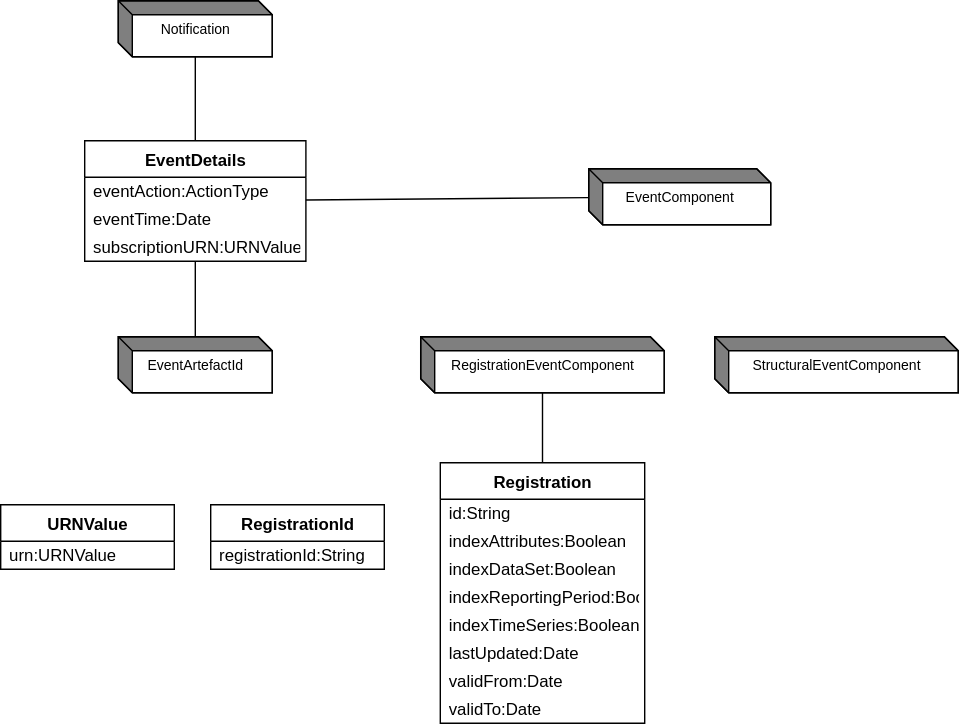
The draw.io diagram docs/logical_interfaces/media/sdmx_registry-notification.svg in sdmx-twg/sdmx-im, before a commit. Source tidied: cells renumbered, new cells last; positions are measured from the earlier drawing's top-left corner, leaving out a move shared by most shapes.
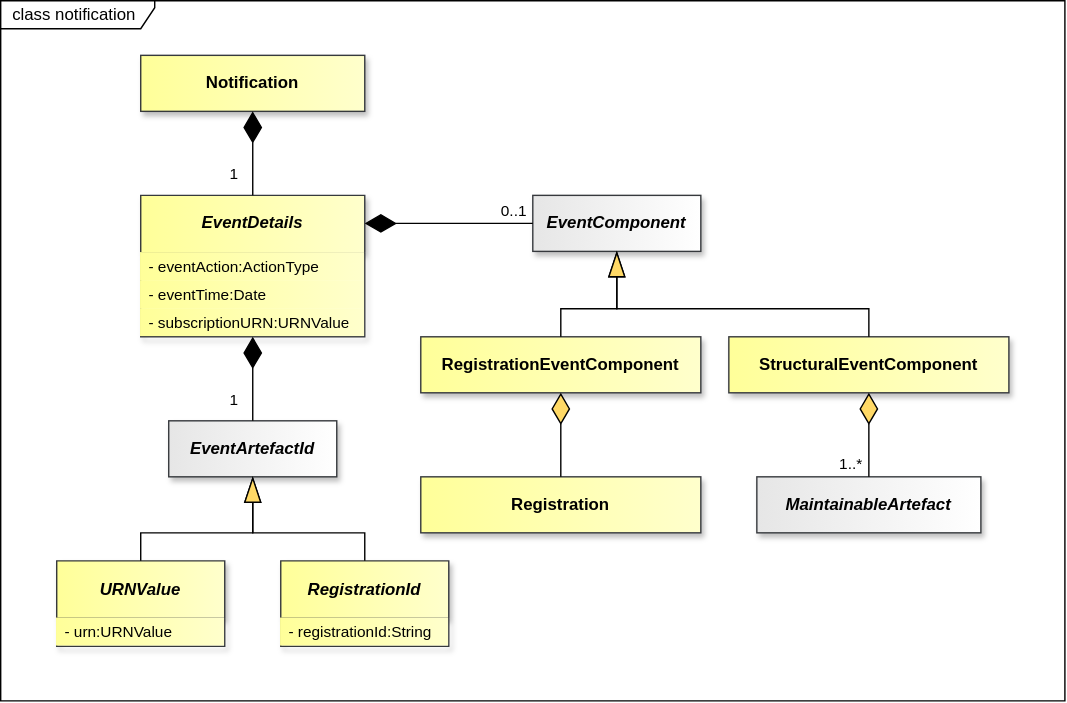
Later version of the same file.

What changed in the source:
```diff
@@ -4,68 +4,5 @@
     <mxCell id="1" parent="0" />
-    <mxCell id="2" value="EventArtefactId" style="shape=mxgraph.dfd.externalEntity;fontSize=10;" parent="1" vertex="1">
-      <mxGeometry x="84" y="240" width="110" height="40" as="geometry" />
-    </mxCell>
-    <mxCell id="3" value="Registration" style="swimlane;fontStyle=1;align=center;verticalAlign=top;horizontal=1;startSize=26;whiteSpace=wrap;html=1;" parent="1" vertex="1">
-      <mxGeometry x="314" y="330" width="146" height="186" as="geometry" />
-    </mxCell>
-    <mxCell id="4" value="id:String" style="text;strokeColor=none;fillColor=none;align=left;verticalAlign=middle;spacingLeft=4;spacingRight=4;overflow=hidden;whiteSpace=wrap;html=1;" parent="3" vertex="1">
-      <mxGeometry y="26" width="146" height="20" as="geometry" />
-    </mxCell>
-    <mxCell id="5" value="indexAttributes:Boolean" style="text;strokeColor=none;fillColor=none;align=left;verticalAlign=middle;spacingLeft=4;spacingRight=4;overflow=hidden;whiteSpace=wrap;html=1;" parent="3" vertex="1">
-      <mxGeometry y="46" width="146" height="20" as="geometry" />
-    </mxCell>
-    <mxCell id="6" value="indexDataSet:Boolean" style="text;strokeColor=none;fillColor=none;align=left;verticalAlign=middle;spacingLeft=4;spacingRight=4;overflow=hidden;whiteSpace=wrap;html=1;" parent="3" vertex="1">
-      <mxGeometry y="66" width="146" height="20" as="geometry" />
-    </mxCell>
-    <mxCell id="7" value="indexReportingPeriod:Boolean" style="text;strokeColor=none;fillColor=none;align=left;verticalAlign=middle;spacingLeft=4;spacingRight=4;overflow=hidden;whiteSpace=wrap;html=1;" parent="3" vertex="1">
-      <mxGeometry y="86" width="146" height="20" as="geometry" />
-    </mxCell>
-    <mxCell id="8" value="indexTimeSeries:Boolean" style="text;strokeColor=none;fillColor=none;align=left;verticalAlign=middle;spacingLeft=4;spacingRight=4;overflow=hidden;whiteSpace=wrap;html=1;" parent="3" vertex="1">
-      <mxGeometry y="106" width="146" height="20" as="geometry" />
-    </mxCell>
-    <mxCell id="9" value="lastUpdated:Date" style="text;strokeColor=none;fillColor=none;align=left;verticalAlign=middle;spacingLeft=4;spacingRight=4;overflow=hidden;whiteSpace=wrap;html=1;" parent="3" vertex="1">
-      <mxGeometry y="126" width="146" height="20" as="geometry" />
-    </mxCell>
-    <mxCell id="10" value="validFrom:Date" style="text;strokeColor=none;fillColor=none;align=left;verticalAlign=middle;spacingLeft=4;spacingRight=4;overflow=hidden;whiteSpace=wrap;html=1;" parent="3" vertex="1">
-      <mxGeometry y="146" width="146" height="20" as="geometry" />
-    </mxCell>
-    <mxCell id="11" value="validTo:Date" style="text;strokeColor=none;fillColor=none;align=left;verticalAlign=middle;spacingLeft=4;spacingRight=4;overflow=hidden;whiteSpace=wrap;html=1;" parent="3" vertex="1">
-      <mxGeometry y="166" width="146" height="20" as="geometry" />
-    </mxCell>
-    <mxCell id="12" value="URNValue" style="swimlane;fontStyle=1;align=center;verticalAlign=top;horizontal=1;startSize=26;whiteSpace=wrap;html=1;" parent="1" vertex="1">
-      <mxGeometry y="360" width="124" height="46" as="geometry" />
-    </mxCell>
-    <mxCell id="13" value="urn:URNValue" style="text;strokeColor=none;fillColor=none;align=left;verticalAlign=middle;spacingLeft=4;spacingRight=4;overflow=hidden;whiteSpace=wrap;html=1;" parent="12" vertex="1">
-      <mxGeometry y="26" width="124" height="20" as="geometry" />
-    </mxCell>
-    <mxCell id="14" value="EventDetails" style="swimlane;fontStyle=1;align=center;verticalAlign=top;horizontal=1;startSize=26;whiteSpace=wrap;html=1;" parent="1" vertex="1">
-      <mxGeometry x="60" y="100" width="158" height="86" as="geometry" />
-    </mxCell>
-    <mxCell id="15" value="eventAction:ActionType" style="text;strokeColor=none;fillColor=none;align=left;verticalAlign=middle;spacingLeft=4;spacingRight=4;overflow=hidden;whiteSpace=wrap;html=1;" parent="14" vertex="1">
-      <mxGeometry y="26" width="158" height="20" as="geometry" />
-    </mxCell>
-    <mxCell id="16" value="eventTime:Date" style="text;strokeColor=none;fillColor=none;align=left;verticalAlign=middle;spacingLeft=4;spacingRight=4;overflow=hidden;whiteSpace=wrap;html=1;" parent="14" vertex="1">
-      <mxGeometry y="46" width="158" height="20" as="geometry" />
-    </mxCell>
-    <mxCell id="17" value="subscriptionURN:URNValue" style="text;strokeColor=none;fillColor=none;align=left;verticalAlign=middle;spacingLeft=4;spacingRight=4;overflow=hidden;whiteSpace=wrap;html=1;" parent="14" vertex="1">
-      <mxGeometry y="66" width="158" height="20" as="geometry" />
-    </mxCell>
-    <mxCell id="18" value="Notification" style="shape=mxgraph.dfd.externalEntity;fontSize=10;" parent="1" vertex="1">
-      <mxGeometry x="84" width="110" height="40" as="geometry" />
-    </mxCell>
-    <mxCell id="19" value="EventComponent" style="shape=mxgraph.dfd.externalEntity;fontSize=10;" parent="1" vertex="1">
-      <mxGeometry x="420" y="120" width="130" height="40" as="geometry" />
-    </mxCell>
-    <mxCell id="20" value="StructuralEventComponent" style="shape=mxgraph.dfd.externalEntity;fontSize=10;" parent="1" vertex="1">
-      <mxGeometry x="510" y="240" width="174" height="40" as="geometry" />
-    </mxCell>
-    <mxCell id="21" value="RegistrationId" style="swimlane;fontStyle=1;align=center;verticalAlign=top;horizontal=1;startSize=26;whiteSpace=wrap;html=1;" parent="1" vertex="1">
-      <mxGeometry x="150" y="360" width="124" height="46" as="geometry" />
-    </mxCell>
-    <mxCell id="22" value="registrationId:String" style="text;strokeColor=none;fillColor=none;align=left;verticalAlign=middle;spacingLeft=4;spacingRight=4;overflow=hidden;whiteSpace=wrap;html=1;" parent="21" vertex="1">
-      <mxGeometry y="26" width="124" height="20" as="geometry" />
-    </mxCell>
-    <mxCell id="23" value="RegistrationEventComponent" style="shape=mxgraph.dfd.externalEntity;fontSize=10;" parent="1" vertex="1">
-      <mxGeometry x="300" y="240" width="174" height="40" as="geometry" />
-    </mxCell>
+    <mxCell id="85" value="&amp;nbsp; class notification" style="shape=umlFrame;whiteSpace=wrap;html=1;fillColor=light-dark(#FFFFFF,#121212);swimlaneFillColor=light-dark(#FFFFFF,#121212);width=110;height=20;align=left;" parent="1" vertex="1">
+      <mxGeometry x="-110" y="-10" width="760" height="500" as="geometry" />
+    </mxCell>
     <mxCell id="24" style="endArrow=none;" parent="1" edge="1">
@@ -109,5 +46,2 @@
     </mxCell>
-    <mxCell id="37" style="endArrow=none;" parent="1" edge="1" target="3">
-      <mxGeometry relative="1" as="geometry" />
-    </mxCell>
     <mxCell id="38" style="endArrow=none;" parent="1" edge="1">
@@ -133,5 +67,2 @@
     </mxCell>
-    <mxCell id="45" style="endArrow=none;" parent="1" edge="1" target="3">
-      <mxGeometry relative="1" as="geometry" />
-    </mxCell>
     <mxCell id="46" style="endArrow=none;" parent="1" edge="1">
@@ -139,5 +70,2 @@
     </mxCell>
-    <mxCell id="47" style="endArrow=none;" parent="1" edge="1" source="12">
-      <mxGeometry relative="1" as="geometry" />
-    </mxCell>
     <mxCell id="48" style="endArrow=none;" parent="1" edge="1">
@@ -160,5 +88,2 @@
     </mxCell>
-    <mxCell id="54" style="endArrow=none;" parent="1" edge="1" source="2" target="14">
-      <mxGeometry relative="1" as="geometry" />
-    </mxCell>
     <mxCell id="55" style="endArrow=none;" parent="1" edge="1">
@@ -172,5 +97,2 @@
     </mxCell>
-    <mxCell id="58" style="endArrow=none;" parent="1" edge="1" source="3">
-      <mxGeometry relative="1" as="geometry" />
-    </mxCell>
     <mxCell id="59" style="endArrow=none;" parent="1" edge="1">
@@ -184,14 +106,2 @@
     </mxCell>
-    <mxCell id="62" style="endArrow=none;" parent="1" edge="1" source="3">
-      <mxGeometry relative="1" as="geometry" />
-    </mxCell>
-    <mxCell id="63" style="endArrow=none;" parent="1" edge="1" source="3" target="23">
-      <mxGeometry relative="1" as="geometry" />
-    </mxCell>
-    <mxCell id="64" style="endArrow=none;" parent="1" edge="1" source="3">
-      <mxGeometry relative="1" as="geometry" />
-    </mxCell>
-    <mxCell id="65" style="endArrow=none;" parent="1" edge="1" source="3">
-      <mxGeometry relative="1" as="geometry" />
-    </mxCell>
     <mxCell id="66" style="endArrow=none;" parent="1" edge="1">
@@ -208,8 +118,2 @@
     </mxCell>
-    <mxCell id="70" style="endArrow=none;" parent="1" edge="1" source="14" target="18">
-      <mxGeometry relative="1" as="geometry" />
-    </mxCell>
-    <mxCell id="71" style="endArrow=none;" parent="1" edge="1" source="19" target="14">
-      <mxGeometry relative="1" as="geometry" />
-    </mxCell>
     <mxCell id="72" style="endArrow=none;" parent="1" edge="1">
@@ -229,5 +133,2 @@
     </mxCell>
-    <mxCell id="77" style="endArrow=none;" parent="1" edge="1" target="20">
-      <mxGeometry relative="1" as="geometry" />
-    </mxCell>
     <mxCell id="78" style="endArrow=none;" parent="1" edge="1">
@@ -253,2 +154,118 @@
     </mxCell>
+    <mxCell id="18" value="Notification" style="whiteSpace=wrap;html=1;verticalAlign=middle;gradientDirection=east;imageVerticalAlign=top;fontStyle=1;fillColor=light-dark(#FFFF99,#FFFF99);strokeColor=#36393d;fontColor=light-dark(#000000,#000000);gradientColor=light-dark(#FFFFCC,#FFFFCC);shadow=1;" parent="1" vertex="1">
+      <mxGeometry x="-10" y="29" width="160" height="40" as="geometry" />
+    </mxCell>
+    <mxCell id="14" value="EventDetails" style="swimlane;fontStyle=3;align=center;verticalAlign=middle;horizontal=1;startSize=41;whiteSpace=wrap;html=1;strokeColor=#36393d;fontFamily=Helvetica;fontSize=12;fillColor=light-dark(#FFFF99,#FFFF99);gradientDirection=east;gradientColor=light-dark(#FFFFCC,#FFFFCC);fontColor=light-dark(#000000,#000000);shadow=1;" parent="1" vertex="1">
+      <mxGeometry x="-10" y="129" width="160" height="101" as="geometry" />
+    </mxCell>
+    <mxCell id="86" value="- eventAction:ActionType" style="text;strokeColor=none;fillColor=light-dark(#FFFF99,#FFFF99);align=left;verticalAlign=middle;spacingLeft=4;spacingRight=4;overflow=hidden;whiteSpace=wrap;html=1;fontFamily=Helvetica;fontSize=11;fontColor=light-dark(#000000,#000000);fontStyle=0;gradientColor=light-dark(#FFFFCC,#FFFFCC);gradientDirection=east;" parent="14" vertex="1">
+      <mxGeometry y="41" width="160" height="20" as="geometry" />
+    </mxCell>
+    <mxCell id="87" value="- eventTime:Date" style="text;strokeColor=none;fillColor=light-dark(#FFFF99,#FFFF99);align=left;verticalAlign=middle;spacingLeft=4;spacingRight=4;overflow=hidden;whiteSpace=wrap;html=1;fontFamily=Helvetica;fontSize=11;fontColor=light-dark(#000000,#000000);fontStyle=0;gradientColor=light-dark(#FFFFCC,#FFFFCC);gradientDirection=east;" parent="14" vertex="1">
+      <mxGeometry y="61" width="160" height="20" as="geometry" />
+    </mxCell>
+    <mxCell id="88" value="- subscriptionURN:URNValue" style="text;strokeColor=none;fillColor=light-dark(#FFFF99,#FFFF99);align=left;verticalAlign=middle;spacingLeft=4;spacingRight=4;overflow=hidden;whiteSpace=wrap;html=1;fontFamily=Helvetica;fontSize=11;fontColor=light-dark(#000000,#000000);fontStyle=0;gradientColor=light-dark(#FFFFCC,#FFFFCC);gradientDirection=east;" parent="14" vertex="1">
+      <mxGeometry y="81" width="160" height="20" as="geometry" />
+    </mxCell>
+    <mxCell id="89" style="endArrow=none;html=1;endSize=12;startArrow=diamondThin;startSize=20;startFill=1;edgeStyle=orthogonalEdgeStyle;rounded=0;exitX=0.5;exitY=1;exitDx=0;exitDy=0;endFill=0;strokeColor=light-dark(#000000,#FFFFFF);fontColor=light-dark(#000000,#FFFFFF);labelBackgroundColor=none;entryX=0.5;entryY=0;entryDx=0;entryDy=0;" parent="1" edge="1" source="18" target="14">
+      <mxGeometry x="-0.3" relative="1" as="geometry" />
+    </mxCell>
+    <mxCell id="90" value="1" style="edgeLabel;html=1;align=right;verticalAlign=top;labelBackgroundColor=none;fontColor=light-dark(#000000,#FFFFFF);" parent="89" vertex="1">
+      <mxGeometry x="0.79" relative="1" as="geometry">
+        <mxPoint x="-10" y="-22" as="offset" />
+      </mxGeometry>
+    </mxCell>
+    <mxCell id="19" value="EventComponent" style="whiteSpace=wrap;html=1;verticalAlign=middle;gradientDirection=east;imageVerticalAlign=top;fontStyle=3;fillColor=light-dark(#E6E6E6,#E6E6E6);strokeColor=#36393d;fontColor=light-dark(#000000,#000000);gradientColor=light-dark(#FFFFFF,#FFFFFF);shadow=1;" parent="1" vertex="1">
+      <mxGeometry x="270" y="129" width="120" height="40" as="geometry" />
+    </mxCell>
+    <mxCell id="91" style="endArrow=none;html=1;endSize=12;startArrow=diamondThin;startSize=20;startFill=1;edgeStyle=orthogonalEdgeStyle;rounded=0;exitX=1;exitY=0.198;exitDx=0;exitDy=0;endFill=0;strokeColor=light-dark(#000000,#FFFFFF);fontColor=light-dark(#000000,#FFFFFF);labelBackgroundColor=none;entryX=0;entryY=0.5;entryDx=0;entryDy=0;exitPerimeter=0;" parent="1" edge="1" source="14" target="19">
+      <mxGeometry x="0.65" relative="1" as="geometry" />
+    </mxCell>
+    <mxCell id="92" value="0..1" style="edgeLabel;html=1;align=right;verticalAlign=top;labelBackgroundColor=none;fontColor=light-dark(#000000,#FFFFFF);" parent="91" vertex="1">
+      <mxGeometry x="0.95" relative="1" as="geometry">
+        <mxPoint x="-1" y="-22" as="offset" />
+      </mxGeometry>
+    </mxCell>
+    <mxCell id="2" value="EventArtefactId" style="whiteSpace=wrap;html=1;verticalAlign=middle;gradientDirection=east;imageVerticalAlign=top;fontStyle=3;fillColor=light-dark(#E6E6E6,#E6E6E6);strokeColor=#36393d;fontColor=light-dark(#000000,#000000);gradientColor=light-dark(#FFFFFF,#FFFFFF);shadow=1;" parent="1" vertex="1">
+      <mxGeometry x="10" y="290" width="120" height="40" as="geometry" />
+    </mxCell>
+    <mxCell id="93" style="endArrow=none;html=1;endSize=12;startArrow=diamondThin;startSize=20;startFill=1;edgeStyle=orthogonalEdgeStyle;rounded=0;exitX=0.5;exitY=1;exitDx=0;exitDy=0;endFill=0;strokeColor=light-dark(#000000,#FFFFFF);fontColor=light-dark(#000000,#FFFFFF);labelBackgroundColor=none;entryX=0.5;entryY=0;entryDx=0;entryDy=0;" parent="1" edge="1" source="14" target="2">
+      <mxGeometry x="-0.3" relative="1" as="geometry" />
+    </mxCell>
+    <mxCell id="94" value="1" style="edgeLabel;html=1;align=right;verticalAlign=top;labelBackgroundColor=none;fontColor=light-dark(#000000,#FFFFFF);" parent="93" vertex="1">
+      <mxGeometry x="0.79" relative="1" as="geometry">
+        <mxPoint x="-10" y="-22" as="offset" />
+      </mxGeometry>
+    </mxCell>
+    <mxCell id="12" value="URNValue" style="swimlane;fontStyle=3;align=center;verticalAlign=middle;horizontal=1;startSize=41;whiteSpace=wrap;html=1;strokeColor=#36393d;fontFamily=Helvetica;fontSize=12;fillColor=light-dark(#FFFF99,#FFFF99);gradientDirection=east;gradientColor=light-dark(#FFFFCC,#FFFFCC);fontColor=light-dark(#000000,#000000);shadow=1;" parent="1" vertex="1">
+      <mxGeometry x="-70" y="390" width="120" height="61" as="geometry" />
+    </mxCell>
+    <mxCell id="95" value="- urn:URNValue" style="text;strokeColor=none;fillColor=light-dark(#FFFF99,#FFFF99);align=left;verticalAlign=middle;spacingLeft=4;spacingRight=4;overflow=hidden;whiteSpace=wrap;html=1;fontFamily=Helvetica;fontSize=11;fontColor=light-dark(#000000,#000000);fontStyle=0;gradientColor=light-dark(#FFFFCC,#FFFFCC);gradientDirection=east;" parent="12" vertex="1">
+      <mxGeometry y="41" width="120" height="20" as="geometry" />
+    </mxCell>
+    <mxCell id="21" value="RegistrationId" style="swimlane;fontStyle=3;align=center;verticalAlign=middle;horizontal=1;startSize=41;whiteSpace=wrap;html=1;strokeColor=#36393d;fontFamily=Helvetica;fontSize=12;fillColor=light-dark(#FFFF99,#FFFF99);gradientDirection=east;gradientColor=light-dark(#FFFFCC,#FFFFCC);fontColor=light-dark(#000000,#000000);shadow=1;" parent="1" vertex="1">
+      <mxGeometry x="90" y="390" width="120" height="61" as="geometry" />
+    </mxCell>
+    <mxCell id="96" value="- registrationId:String" style="text;strokeColor=none;fillColor=light-dark(#FFFF99,#FFFF99);align=left;verticalAlign=middle;spacingLeft=4;spacingRight=4;overflow=hidden;whiteSpace=wrap;html=1;fontFamily=Helvetica;fontSize=11;fontColor=light-dark(#000000,#000000);fontStyle=0;gradientColor=light-dark(#FFFFCC,#FFFFCC);gradientDirection=east;" parent="21" vertex="1">
+      <mxGeometry y="41" width="120" height="20" as="geometry" />
+    </mxCell>
+    <mxCell id="23" value="RegistrationEventComponent" style="whiteSpace=wrap;html=1;verticalAlign=middle;gradientDirection=east;imageVerticalAlign=top;fontStyle=1;fillColor=light-dark(#FFFF99,#FFFF99);strokeColor=#36393d;fontColor=light-dark(#000000,#000000);gradientColor=light-dark(#FFFFCC,#FFFFCC);shadow=1;" parent="1" vertex="1">
+      <mxGeometry x="190" y="230" width="200" height="40" as="geometry" />
+    </mxCell>
+    <mxCell id="20" value="StructuralEventComponent" style="whiteSpace=wrap;html=1;verticalAlign=middle;gradientDirection=east;imageVerticalAlign=top;fontStyle=1;fillColor=light-dark(#FFFF99,#FFFF99);strokeColor=#36393d;fontColor=light-dark(#000000,#000000);gradientColor=light-dark(#FFFFCC,#FFFFCC);shadow=1;" parent="1" vertex="1">
+      <mxGeometry x="410" y="230" width="200" height="40" as="geometry" />
+    </mxCell>
+    <mxCell id="3" value="Registration" style="whiteSpace=wrap;html=1;verticalAlign=middle;gradientDirection=east;imageVerticalAlign=top;fontStyle=1;fillColor=light-dark(#FFFF99,#FFFF99);strokeColor=#36393d;fontColor=light-dark(#000000,#000000);gradientColor=light-dark(#FFFFCC,#FFFFCC);shadow=1;" parent="1" vertex="1">
+      <mxGeometry x="190" y="330" width="200" height="40" as="geometry" />
+    </mxCell>
+    <mxCell id="97" value="MaintainableArtefact" style="whiteSpace=wrap;html=1;verticalAlign=middle;gradientDirection=east;imageVerticalAlign=top;fontStyle=3;fillColor=light-dark(#E6E6E6,#E6E6E6);strokeColor=#36393d;fontColor=light-dark(#000000,#000000);gradientColor=light-dark(#FFFFFF,#FFFFFF);shadow=1;" parent="1" vertex="1">
+      <mxGeometry x="430" y="330" width="160" height="40" as="geometry" />
+    </mxCell>
+    <mxCell id="98" style="endArrow=blockThin;endSize=16;endFill=1;html=1;rounded=0;exitX=0.5;exitY=0;exitDx=0;exitDy=0;startFill=0;endFillColor=light-dark(#FFD966,#FFD966);strokeColor=light-dark(#000000,#FFFFFF);startFillColor=light-dark(#000000,#FFFFFF);labelBackgroundColor=none;labelBorderColor=light-dark(#000000,#FFFFFF);entryX=0.5;entryY=1;entryDx=0;entryDy=0;" parent="1" edge="1" source="20" target="19">
+      <mxGeometry x="-0.15" relative="1" as="geometry">
+        <Array as="points">
+          <mxPoint x="510" y="210" />
+          <mxPoint x="330" y="210" />
+        </Array>
+      </mxGeometry>
+    </mxCell>
+    <mxCell id="99" style="endArrow=blockThin;endSize=16;endFill=1;html=1;rounded=0;exitX=0.5;exitY=0;exitDx=0;exitDy=0;startFill=0;endFillColor=light-dark(#FFD966,#FFD966);strokeColor=light-dark(#000000,#FFFFFF);startFillColor=light-dark(#000000,#FFFFFF);labelBackgroundColor=none;labelBorderColor=light-dark(#000000,#FFFFFF);entryX=0.5;entryY=1;entryDx=0;entryDy=0;" parent="1" edge="1" source="23" target="19">
+      <mxGeometry x="0.32" relative="1" as="geometry">
+        <Array as="points">
+          <mxPoint x="290" y="210" />
+          <mxPoint x="330" y="210" />
+        </Array>
+      </mxGeometry>
+    </mxCell>
+    <mxCell id="100" style="endArrow=blockThin;endSize=16;endFill=1;html=1;rounded=0;exitX=0.5;exitY=0;exitDx=0;exitDy=0;startFill=0;endFillColor=light-dark(#FFD966,#FFD966);strokeColor=light-dark(#000000,#FFFFFF);startFillColor=light-dark(#000000,#FFFFFF);labelBackgroundColor=none;labelBorderColor=light-dark(#000000,#FFFFFF);entryX=0.5;entryY=1;entryDx=0;entryDy=0;" parent="1" edge="1" source="21" target="2">
+      <mxGeometry x="0.07" relative="1" as="geometry">
+        <Array as="points">
+          <mxPoint x="150" y="370" />
+          <mxPoint x="70" y="370" />
+        </Array>
+      </mxGeometry>
+    </mxCell>
+    <mxCell id="101" style="endArrow=blockThin;endSize=16;endFill=1;html=1;rounded=0;exitX=0.5;exitY=0;exitDx=0;exitDy=0;startFill=0;endFillColor=light-dark(#FFD966,#FFD966);strokeColor=light-dark(#000000,#FFFFFF);startFillColor=light-dark(#000000,#FFFFFF);labelBackgroundColor=none;labelBorderColor=light-dark(#000000,#FFFFFF);entryX=0.5;entryY=1;entryDx=0;entryDy=0;" parent="1" edge="1" source="12" target="2">
+      <mxGeometry x="-0.38" relative="1" as="geometry">
+        <Array as="points">
+          <mxPoint x="-10" y="370" />
+          <mxPoint x="70" y="370" />
+        </Array>
+      </mxGeometry>
+    </mxCell>
+    <mxCell id="102" style="endArrow=none;html=1;endSize=12;startArrow=diamondThin;startSize=20;startFill=1;edgeStyle=orthogonalEdgeStyle;rounded=0;endFill=0;strokeColor=light-dark(#000000,#FFFFFF);fontColor=light-dark(#000000,#FFFFFF);labelBackgroundColor=none;exitX=0.5;exitY=1;exitDx=0;exitDy=0;entryX=0.5;entryY=0;entryDx=0;entryDy=0;startFillColor=light-dark(#FFD966,#FFD966);" parent="1" edge="1" source="23" target="3">
+      <mxGeometry x="0.72" y="-28" relative="1" as="geometry">
+        <mxPoint x="-1" as="offset" />
+      </mxGeometry>
+    </mxCell>
+    <mxCell id="103" style="endArrow=none;html=1;endSize=12;startArrow=diamondThin;startSize=20;startFill=1;edgeStyle=orthogonalEdgeStyle;rounded=0;endFill=0;strokeColor=light-dark(#000000,#FFFFFF);fontColor=light-dark(#000000,#FFFFFF);labelBackgroundColor=none;exitX=0.5;exitY=1;exitDx=0;exitDy=0;entryX=0.5;entryY=0;entryDx=0;entryDy=0;startFillColor=light-dark(#FFD966,#FFD966);" parent="1" edge="1" source="20" target="97">
+      <mxGeometry x="0.63" y="-28" relative="1" as="geometry">
+        <mxPoint x="-1" as="offset" />
+      </mxGeometry>
+    </mxCell>
+    <mxCell id="104" value="1..*" style="edgeLabel;html=1;align=center;verticalAlign=middle;" parent="103" vertex="1">
+      <mxGeometry x="0.72" relative="1" as="geometry">
+        <mxPoint x="-14" y="-2" as="offset" />
+      </mxGeometry>
+    </mxCell>
   </root>
```
